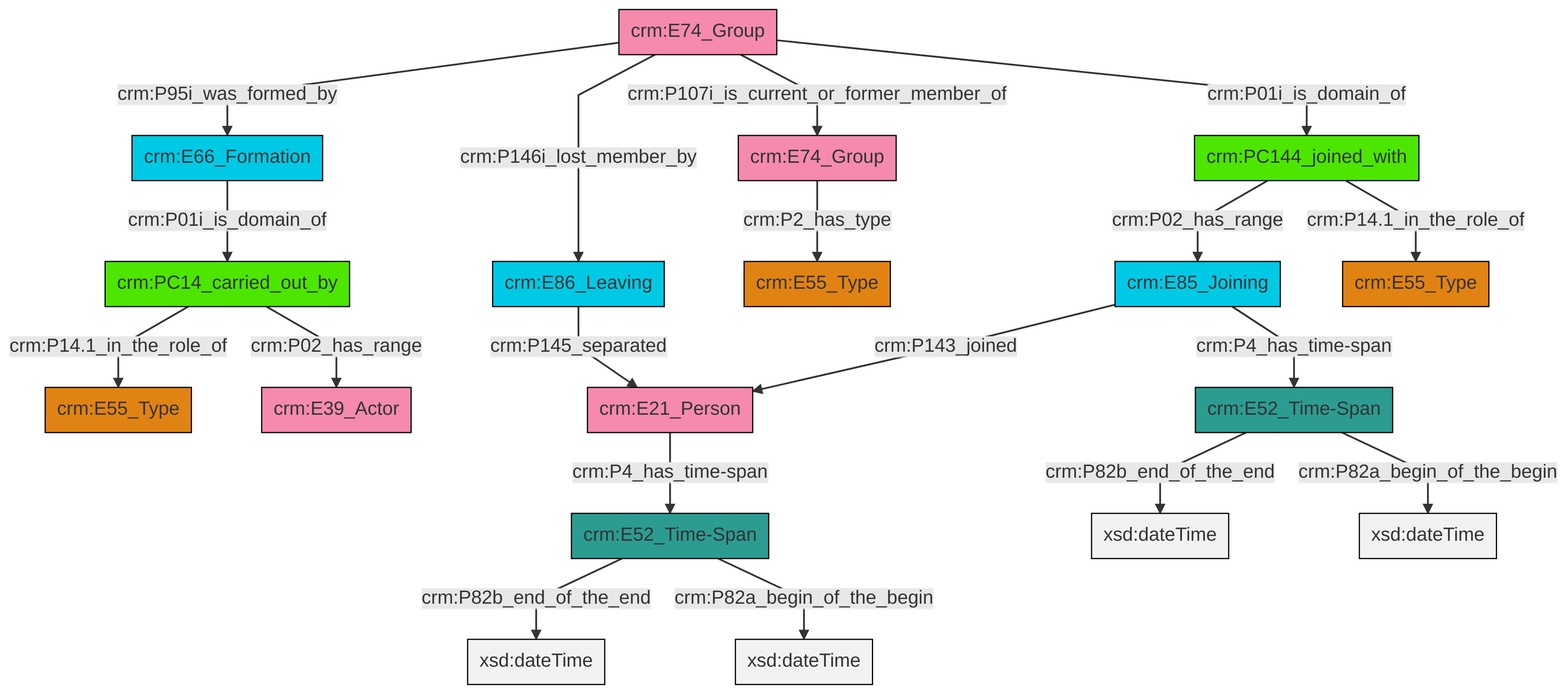
The Mermaid diagram et/groupCSV/ttl/mmd/png/group_actor_relations.png in swiss-art-research-net/reference-data-models, before a commit. Its source is kept beside it as et/groupCSV/ttl/mmd/group_actor_relations.ttl.mmd.
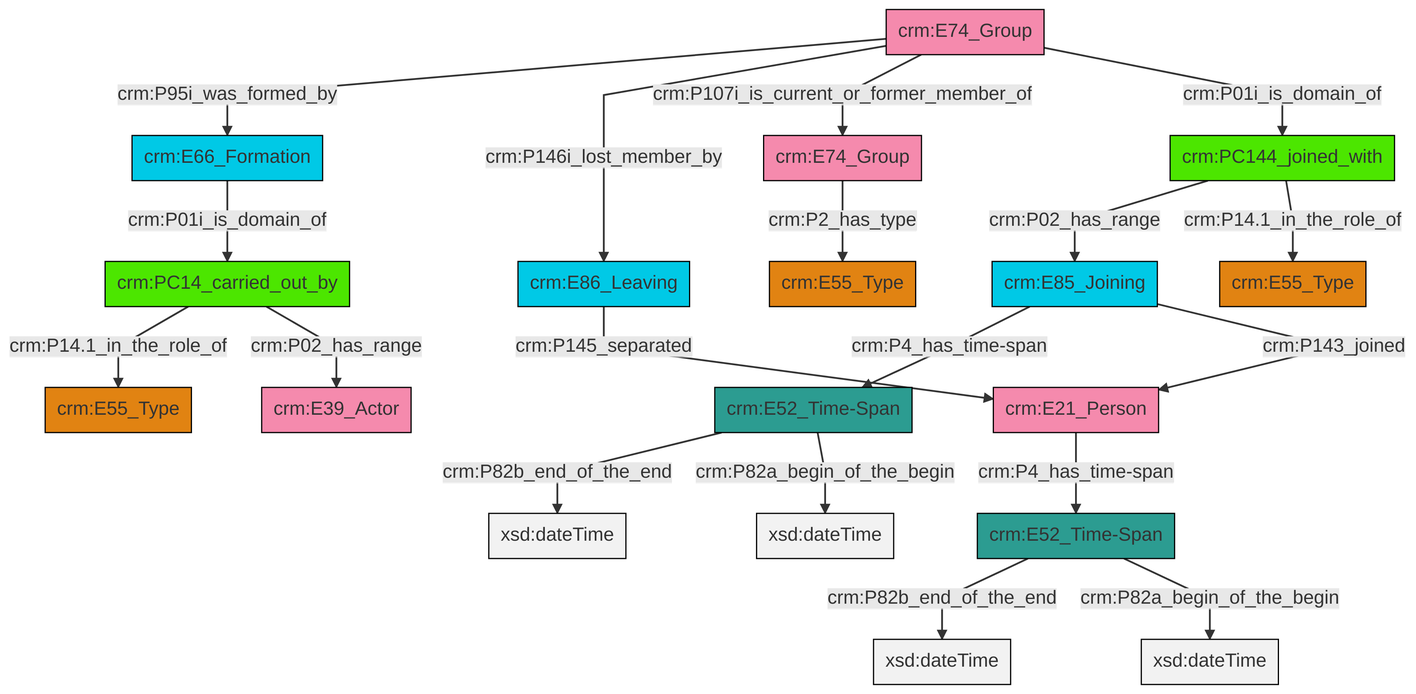
The same file after the commit.

What changed in the source:
```diff
@@ -13,21 +13,21 @@
 classDef PC_Classes fill:#4ce600, stroke:#000000;
 classDef Multi fill:#cccccc,stroke:#000000;
 
-0["crm:PC14_carried_out_by"]:::PC_Classes -->|crm:P14.1_in_the_role_of| 1["crm:E55_Type"]:::Type
-4["crm:E74_Group"]:::Actor -->|crm:P95i_was_formed_by| 5["crm:E66_Formation"]:::Temporal_Entity
-4["crm:E74_Group"]:::Actor -->|crm:P146i_lost_member_by| 6["crm:E86_Leaving"]:::Temporal_Entity
-0["crm:PC14_carried_out_by"]:::PC_Classes -->|crm:P02_has_range| 9["crm:E39_Actor"]:::Actor
-10["crm:E52_Time-Span"]:::Time-Span -->|crm:P82b_end_of_the_end| 11[xsd:dateTime]:::Literal
-6["crm:E86_Leaving"]:::Temporal_Entity -->|crm:P145_separated| 12["crm:E21_Person"]:::Actor
-7["crm:PC144_joined_with"]:::PC_Classes -->|crm:P02_has_range| 16["crm:E85_Joining"]:::Temporal_Entity
-7["crm:PC144_joined_with"]:::PC_Classes -->|crm:P14.1_in_the_role_of| 20["crm:E55_Type"]:::Type
-21["crm:E52_Time-Span"]:::Time-Span -->|crm:P82b_end_of_the_end| 22[xsd:dateTime]:::Literal
-4["crm:E74_Group"]:::Actor -->|crm:P01i_is_domain_of| 7["crm:PC144_joined_with"]:::PC_Classes
-4["crm:E74_Group"]:::Actor -->|crm:P107i_is_current_or_former_member_of| 2["crm:E74_Group"]:::Actor
-5["crm:E66_Formation"]:::Temporal_Entity -->|crm:P01i_is_domain_of| 0["crm:PC14_carried_out_by"]:::PC_Classes
-16["crm:E85_Joining"]:::Temporal_Entity -->|crm:P143_joined| 12["crm:E21_Person"]:::Actor
-2["crm:E74_Group"]:::Actor -->|crm:P2_has_type| 13["crm:E55_Type"]:::Type
-21["crm:E52_Time-Span"]:::Time-Span -->|crm:P82a_begin_of_the_begin| 31[xsd:dateTime]:::Literal
-10["crm:E52_Time-Span"]:::Time-Span -->|crm:P82a_begin_of_the_begin| 33[xsd:dateTime]:::Literal
-16["crm:E85_Joining"]:::Temporal_Entity -->|crm:P4_has_time-span| 21["crm:E52_Time-Span"]:::Time-Span
-12["crm:E21_Person"]:::Actor -->|crm:P4_has_time-span| 10["crm:E52_Time-Span"]:::Time-Span
+4["crm:PC144_joined_with"]:::PC_Classes -->|crm:P02_has_range| 5["crm:E85_Joining"]:::Temporal_Entity
+5["crm:E85_Joining"]:::Temporal_Entity -->|crm:P4_has_time-span| 8["crm:E52_Time-Span"]:::Time-Span
+2["crm:E74_Group"]:::Actor -->|crm:P2_has_type| 9["crm:E55_Type"]:::Type
+11["crm:PC14_carried_out_by"]:::PC_Classes -->|crm:P14.1_in_the_role_of| 6["crm:E55_Type"]:::Type
+12["crm:E66_Formation"]:::Temporal_Entity -->|crm:P01i_is_domain_of| 11["crm:PC14_carried_out_by"]:::PC_Classes
+4["crm:PC144_joined_with"]:::PC_Classes -->|crm:P14.1_in_the_role_of| 13["crm:E55_Type"]:::Type
+11["crm:PC14_carried_out_by"]:::PC_Classes -->|crm:P02_has_range| 15["crm:E39_Actor"]:::Actor
+16["crm:E74_Group"]:::Actor -->|crm:P95i_was_formed_by| 12["crm:E66_Formation"]:::Temporal_Entity
+16["crm:E74_Group"]:::Actor -->|crm:P146i_lost_member_by| 0["crm:E86_Leaving"]:::Temporal_Entity
+16["crm:E74_Group"]:::Actor -->|crm:P107i_is_current_or_former_member_of| 2["crm:E74_Group"]:::Actor
+5["crm:E85_Joining"]:::Temporal_Entity -->|crm:P143_joined| 24["crm:E21_Person"]:::Actor
+8["crm:E52_Time-Span"]:::Time-Span -->|crm:P82b_end_of_the_end| 26[xsd:dateTime]:::Literal
+8["crm:E52_Time-Span"]:::Time-Span -->|crm:P82a_begin_of_the_begin| 27[xsd:dateTime]:::Literal
+16["crm:E74_Group"]:::Actor -->|crm:P01i_is_domain_of| 4["crm:PC144_joined_with"]:::PC_Classes
+28["crm:E52_Time-Span"]:::Time-Span -->|crm:P82b_end_of_the_end| 32[xsd:dateTime]:::Literal
+0["crm:E86_Leaving"]:::Temporal_Entity -->|crm:P145_separated| 24["crm:E21_Person"]:::Actor
+24["crm:E21_Person"]:::Actor -->|crm:P4_has_time-span| 28["crm:E52_Time-Span"]:::Time-Span
+28["crm:E52_Time-Span"]:::Time-Span -->|crm:P82a_begin_of_the_begin| 34[xsd:dateTime]:::Literal
```
